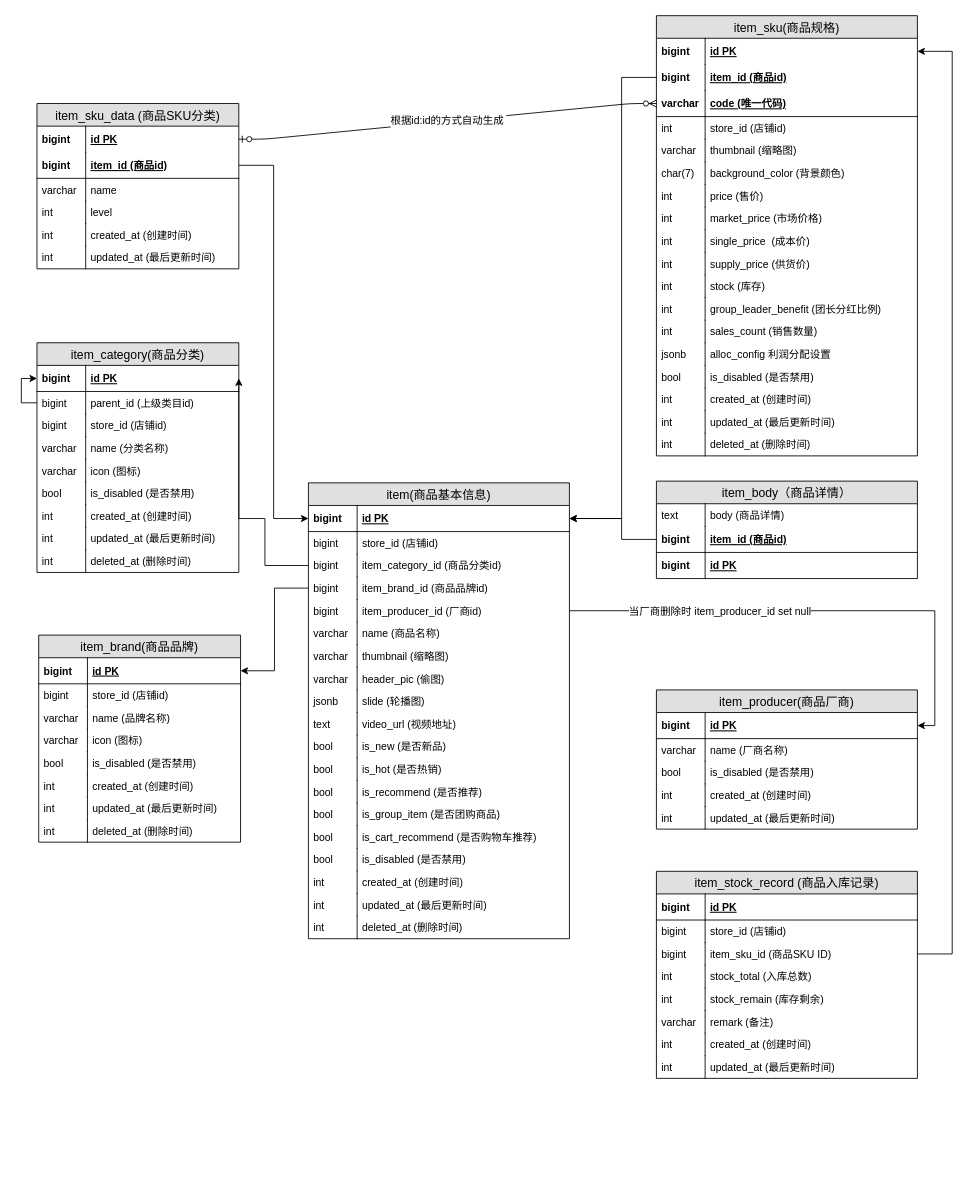
This is 商品库存.drawio from HuangYongXuan/saas-draw, a draw.io file, before an edit. Source tidied: cells renumbered, new cells numbered last; positions are measured from the earlier drawing's top-left corner, leaving out a move shared by most shapes. Both pictures are drawn from the tidied source at 87%, with x=0, y=0 at pixel (21, 16).
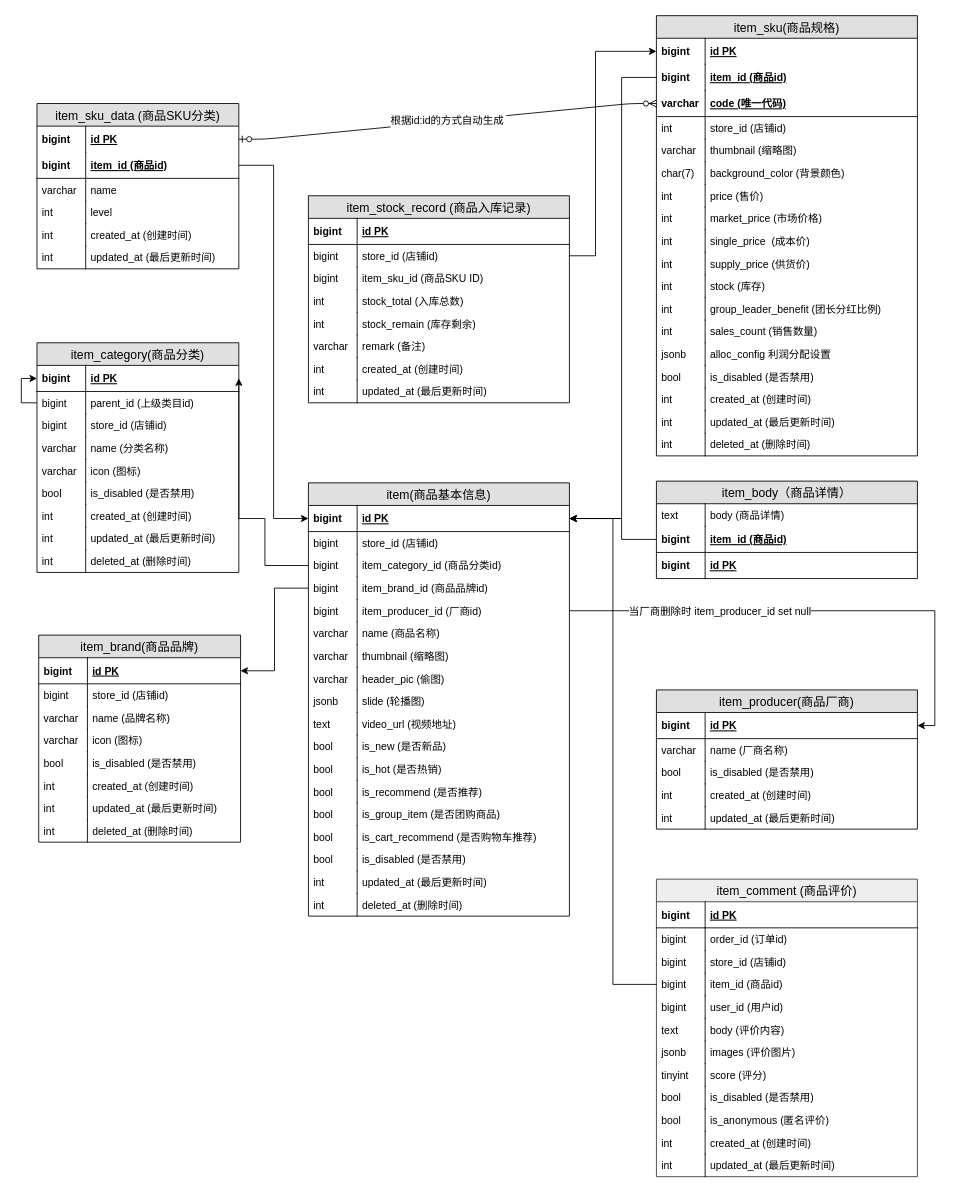
Above is the later version.

Commit message:
增加商品评价

Unchanged cells that the change refers to:
```xml
<mxCell id="3" value="id PK" style="shape=partialRectangle;top=0;left=0;right=0;bottom=1;align=left;verticalAlign=middle;fillColor=none;spacingLeft=60;spacingRight=4;overflow=hidden;points=[[0,0.5],[1,0.5]];portConstraint=eastwest;fontStyle=5;fontSize=12;" parent="2" vertex="1">
  <mxGeometry y="26" width="300" height="30" as="geometry" />
</mxCell>
<mxCell id="111" value="id PK" style="shape=partialRectangle;top=0;left=0;right=0;bottom=0;align=left;verticalAlign=middle;fillColor=none;spacingLeft=60;spacingRight=4;overflow=hidden;points=[[0,0.5],[1,0.5]];portConstraint=eastwest;fontStyle=5;fontSize=12;" parent="110" vertex="1">
  <mxGeometry y="26" width="300" height="30" as="geometry" />
</mxCell>
<mxCell id="158" value="store_id (店铺id)" style="shape=partialRectangle;top=0;left=0;right=0;bottom=0;align=left;verticalAlign=top;fillColor=none;spacingLeft=60;spacingRight=4;overflow=hidden;points=[[0,0.5],[1,0.5]];portConstraint=eastwest;fontSize=12;" parent="155" vertex="1">
  <mxGeometry y="56" width="300" height="26" as="geometry" />
</mxCell>
<mxCell id="160" value="item_sku_id (商品SKU ID)" style="shape=partialRectangle;top=0;left=0;right=0;bottom=0;align=left;verticalAlign=top;fillColor=none;spacingLeft=60;spacingRight=4;overflow=hidden;points=[[0,0.5],[1,0.5]];portConstraint=eastwest;fontSize=12;" parent="155" vertex="1">
  <mxGeometry y="82" width="300" height="26" as="geometry" />
</mxCell>
```

Change to the diagram source:
```diff
@@
     <mxCell id="2" value="item(商品基本信息)" style="swimlane;fontStyle=0;horizontal=1;startSize=26;fillColor=#e0e0e0;swimlaneFillColor=#ffffff;align=center;fontSize=14;" parent="1" vertex="1">
-      <mxGeometry x="330" y="536.5" width="300" height="524" as="geometry" />
+      <mxGeometry x="330" y="536.5" width="300" height="498" as="geometry" />
     </mxCell>
@@
-    <mxCell id="35" value="created_at (创建时间)" style="shape=partialRectangle;top=0;left=0;right=0;bottom=0;align=left;verticalAlign=top;fillColor=none;spacingLeft=60;spacingRight=4;overflow=hidden;fontSize=12;" parent="2" vertex="1">
-      <mxGeometry y="446" width="300" height="26" as="geometry" />
-    </mxCell>
-    <mxCell id="36" value="int" style="shape=partialRectangle;top=0;left=0;bottom=0;fillColor=none;align=left;verticalAlign=top;spacingLeft=4;spacingRight=4;overflow=hidden;fontSize=12;" parent="35" vertex="1">
-      <mxGeometry width="56" height="26" as="geometry" />
-    </mxCell>
     <mxCell id="37" value="updated_at (最后更新时间)" style="shape=partialRectangle;top=0;left=0;right=0;bottom=0;align=left;verticalAlign=top;fillColor=none;spacingLeft=60;spacingRight=4;overflow=hidden;fontSize=12;" parent="2" vertex="1">
-      <mxGeometry y="472" width="300" height="26" as="geometry" />
+      <mxGeometry y="446" width="300" height="26" as="geometry" />
     </mxCell>
@@
     <mxCell id="39" value="deleted_at (删除时间)" style="shape=partialRectangle;top=0;left=0;right=0;bottom=0;align=left;verticalAlign=top;fillColor=none;spacingLeft=60;spacingRight=4;overflow=hidden;fontSize=12;" parent="2" vertex="1">
-      <mxGeometry y="498" width="300" height="26" as="geometry" />
+      <mxGeometry y="472" width="300" height="26" as="geometry" />
     </mxCell>
@@
     <mxCell id="155" value="item_stock_record (商品入库记录)" style="swimlane;fontStyle=0;horizontal=1;startSize=26;fillColor=#e0e0e0;swimlaneFillColor=#ffffff;align=center;fontSize=14;rounded=0;" parent="1" vertex="1">
-      <mxGeometry x="730" y="983" width="300" height="238" as="geometry" />
+      <mxGeometry x="330" y="206.5" width="300" height="238" as="geometry" />
     </mxCell>
@@
-    <mxCell id="172" style="edgeStyle=orthogonalEdgeStyle;rounded=0;jettySize=auto;html=1;exitX=1;exitY=0.5;exitDx=0;exitDy=0;entryX=1;entryY=0.5;entryDx=0;entryDy=0;" parent="1" edge="1" source="160" target="111">
-      <mxGeometry relative="1" as="geometry">
-        <Array as="points">
-          <mxPoint x="1070" y="1078" />
-          <mxPoint x="1070" y="41" />
-        </Array>
-      </mxGeometry>
-    </mxCell>
+    <mxCell id="173" style="edgeStyle=orthogonalEdgeStyle;rounded=0;jettySize=auto;html=1;exitX=1;exitY=0.5;exitDx=0;exitDy=0;entryX=0;entryY=0.5;entryDx=0;entryDy=0;" parent="1" edge="1" source="158" target="111">
+      <mxGeometry relative="1" as="geometry">
+        <Array as="points">
+          <mxPoint x="660" y="276" />
+          <mxPoint x="660" y="41" />
+        </Array>
+      </mxGeometry>
+    </mxCell>
+    <mxCell id="174" value="item_comment (商品评价)" style="swimlane;fontStyle=0;horizontal=1;startSize=26;swimlaneFillColor=#ffffff;align=center;fontSize=14;fillColor=#eeeeee;strokeColor=#36393d;" parent="1" vertex="1">
+      <mxGeometry x="730" y="992" width="300" height="342" as="geometry" />
+    </mxCell>
+    <mxCell id="175" value="id PK" style="shape=partialRectangle;top=0;left=0;right=0;bottom=1;align=left;verticalAlign=middle;fillColor=none;spacingLeft=60;spacingRight=4;overflow=hidden;fontStyle=5;fontSize=12;" parent="174" vertex="1">
+      <mxGeometry y="26" width="300" height="30" as="geometry" />
+    </mxCell>
+    <mxCell id="176" value="bigint" style="shape=partialRectangle;fontStyle=1;top=0;left=0;bottom=0;fillColor=none;align=left;verticalAlign=middle;spacingLeft=4;spacingRight=4;overflow=hidden;fontSize=12;" parent="175" vertex="1">
+      <mxGeometry width="56" height="30" as="geometry" />
+    </mxCell>
+    <mxCell id="177" value="order_id (订单id)" style="shape=partialRectangle;top=0;left=0;right=0;bottom=0;align=left;verticalAlign=top;fillColor=none;spacingLeft=60;spacingRight=4;overflow=hidden;fontSize=12;" parent="174" vertex="1">
+      <mxGeometry y="56" width="300" height="26" as="geometry" />
+    </mxCell>
+    <mxCell id="178" value="bigint" style="shape=partialRectangle;top=0;left=0;bottom=0;fillColor=none;align=left;verticalAlign=top;spacingLeft=4;spacingRight=4;overflow=hidden;fontSize=12;" parent="177" vertex="1">
+      <mxGeometry width="56" height="26" as="geometry" />
+    </mxCell>
+    <mxCell id="179" value="store_id (店铺id)" style="shape=partialRectangle;top=0;left=0;right=0;bottom=0;align=left;verticalAlign=top;fillColor=none;spacingLeft=60;spacingRight=4;overflow=hidden;fontSize=12;" parent="174" vertex="1">
+      <mxGeometry y="82" width="300" height="26" as="geometry" />
+    </mxCell>
+    <mxCell id="180" value="bigint" style="shape=partialRectangle;top=0;left=0;bottom=0;fillColor=none;align=left;verticalAlign=top;spacingLeft=4;spacingRight=4;overflow=hidden;fontSize=12;" parent="179" vertex="1">
+      <mxGeometry width="56" height="26" as="geometry" />
+    </mxCell>
+    <mxCell id="181" value="item_id (商品id)" style="shape=partialRectangle;top=0;left=0;right=0;bottom=0;align=left;verticalAlign=top;fillColor=none;spacingLeft=60;spacingRight=4;overflow=hidden;points=[[0,0.5],[1,0.5]];portConstraint=eastwest;fontSize=12;" parent="174" vertex="1">
+      <mxGeometry y="108" width="300" height="26" as="geometry" />
+    </mxCell>
+    <mxCell id="182" value="bigint" style="shape=partialRectangle;top=0;left=0;bottom=0;fillColor=none;align=left;verticalAlign=top;spacingLeft=4;spacingRight=4;overflow=hidden;fontSize=12;" parent="181" vertex="1">
+      <mxGeometry width="56" height="26" as="geometry" />
+    </mxCell>
+    <mxCell id="183" value="user_id (用户id)" style="shape=partialRectangle;top=0;left=0;right=0;bottom=0;align=left;verticalAlign=top;fillColor=none;spacingLeft=60;spacingRight=4;overflow=hidden;fontSize=12;" parent="174" vertex="1">
+      <mxGeometry y="134" width="300" height="26" as="geometry" />
+    </mxCell>
+    <mxCell id="184" value="bigint" style="shape=partialRectangle;top=0;left=0;bottom=0;fillColor=none;align=left;verticalAlign=top;spacingLeft=4;spacingRight=4;overflow=hidden;fontSize=12;" parent="183" vertex="1">
+      <mxGeometry width="56" height="26" as="geometry" />
+    </mxCell>
+    <mxCell id="185" value="body (评价内容)" style="shape=partialRectangle;top=0;left=0;right=0;bottom=0;align=left;verticalAlign=top;fillColor=none;spacingLeft=60;spacingRight=4;overflow=hidden;fontSize=12;" parent="174" vertex="1">
+      <mxGeometry y="160" width="300" height="26" as="geometry" />
+    </mxCell>
+    <mxCell id="186" value="text" style="shape=partialRectangle;top=0;left=0;bottom=0;fillColor=none;align=left;verticalAlign=top;spacingLeft=4;spacingRight=4;overflow=hidden;fontSize=12;" parent="185" vertex="1">
+      <mxGeometry width="56" height="26" as="geometry" />
+    </mxCell>
+    <mxCell id="187" value="images (评价图片)" style="shape=partialRectangle;top=0;left=0;right=0;bottom=0;align=left;verticalAlign=top;fillColor=none;spacingLeft=60;spacingRight=4;overflow=hidden;fontSize=12;" parent="174" vertex="1">
+      <mxGeometry y="186" width="300" height="26" as="geometry" />
+    </mxCell>
+    <mxCell id="188" value="jsonb" style="shape=partialRectangle;top=0;left=0;bottom=0;fillColor=none;align=left;verticalAlign=top;spacingLeft=4;spacingRight=4;overflow=hidden;fontSize=12;" parent="187" vertex="1">
+      <mxGeometry width="56" height="26" as="geometry" />
+    </mxCell>
+    <mxCell id="189" value="score (评分)" style="shape=partialRectangle;top=0;left=0;right=0;bottom=0;align=left;verticalAlign=top;fillColor=none;spacingLeft=60;spacingRight=4;overflow=hidden;fontSize=12;" parent="174" vertex="1">
+      <mxGeometry y="212" width="300" height="26" as="geometry" />
+    </mxCell>
+    <mxCell id="190" value="tinyint" style="shape=partialRectangle;top=0;left=0;bottom=0;fillColor=none;align=left;verticalAlign=top;spacingLeft=4;spacingRight=4;overflow=hidden;fontSize=12;" parent="189" vertex="1">
+      <mxGeometry width="56" height="26" as="geometry" />
+    </mxCell>
+    <mxCell id="191" value="is_disabled (是否禁用)" style="shape=partialRectangle;top=0;left=0;right=0;bottom=0;align=left;verticalAlign=top;fillColor=none;spacingLeft=60;spacingRight=4;overflow=hidden;fontSize=12;" parent="174" vertex="1">
+      <mxGeometry y="238" width="300" height="26" as="geometry" />
+    </mxCell>
+    <mxCell id="192" value="bool" style="shape=partialRectangle;top=0;left=0;bottom=0;fillColor=none;align=left;verticalAlign=top;spacingLeft=4;spacingRight=4;overflow=hidden;fontSize=12;" parent="191" vertex="1">
+      <mxGeometry width="56" height="26" as="geometry" />
+    </mxCell>
+    <mxCell id="193" value="is_anonymous (匿名评价)" style="shape=partialRectangle;top=0;left=0;right=0;bottom=0;align=left;verticalAlign=top;fillColor=none;spacingLeft=60;spacingRight=4;overflow=hidden;fontSize=12;" parent="174" vertex="1">
+      <mxGeometry y="264" width="300" height="26" as="geometry" />
+    </mxCell>
+    <mxCell id="194" value="bool" style="shape=partialRectangle;top=0;left=0;bottom=0;fillColor=none;align=left;verticalAlign=top;spacingLeft=4;spacingRight=4;overflow=hidden;fontSize=12;" parent="193" vertex="1">
+      <mxGeometry width="56" height="26" as="geometry" />
+    </mxCell>
+    <mxCell id="35" value="created_at (创建时间)" style="shape=partialRectangle;top=0;left=0;right=0;bottom=0;align=left;verticalAlign=top;fillColor=none;spacingLeft=60;spacingRight=4;overflow=hidden;fontSize=12;" parent="174" vertex="1">
+      <mxGeometry y="290" width="300" height="26" as="geometry" />
+    </mxCell>
+    <mxCell id="36" value="int" style="shape=partialRectangle;top=0;left=0;bottom=0;fillColor=none;align=left;verticalAlign=top;spacingLeft=4;spacingRight=4;overflow=hidden;fontSize=12;" parent="35" vertex="1">
+      <mxGeometry width="56" height="26" as="geometry" />
+    </mxCell>
+    <mxCell id="195" value="updated_at (最后更新时间)" style="shape=partialRectangle;top=0;left=0;right=0;bottom=0;align=left;verticalAlign=top;fillColor=none;spacingLeft=60;spacingRight=4;overflow=hidden;fontSize=12;" parent="174" vertex="1">
+      <mxGeometry y="316" width="300" height="26" as="geometry" />
+    </mxCell>
+    <mxCell id="196" value="int" style="shape=partialRectangle;top=0;left=0;bottom=0;fillColor=none;align=left;verticalAlign=top;spacingLeft=4;spacingRight=4;overflow=hidden;fontSize=12;" parent="195" vertex="1">
+      <mxGeometry width="56" height="26" as="geometry" />
+    </mxCell>
+    <mxCell id="197" style="edgeStyle=orthogonalEdgeStyle;rounded=0;jettySize=auto;html=1;exitX=0;exitY=0.5;exitDx=0;exitDy=0;entryX=1;entryY=0.5;entryDx=0;entryDy=0;" parent="1" edge="1" source="181" target="3">
+      <mxGeometry relative="1" as="geometry" />
+    </mxCell>
```
